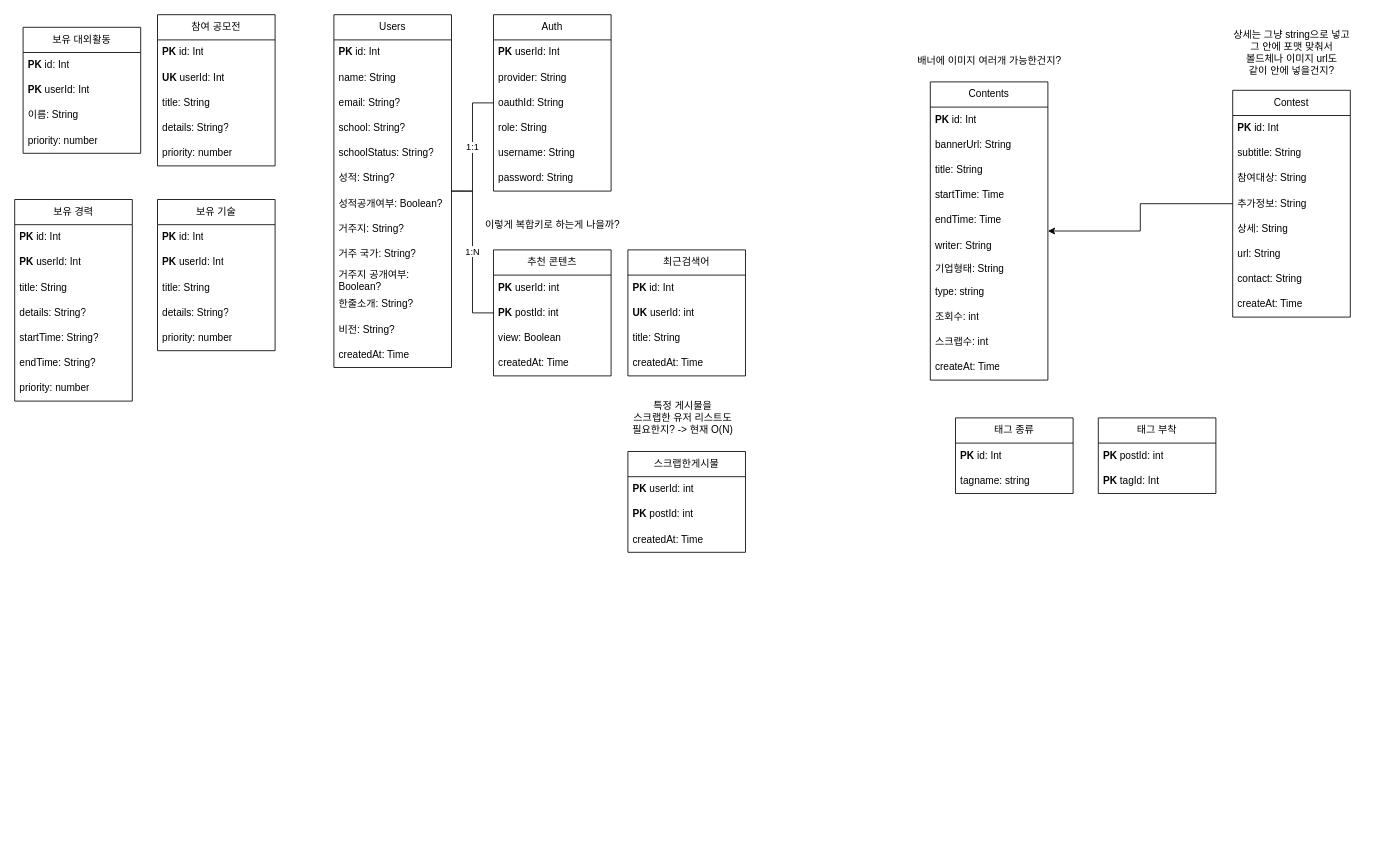
The draw.io diagram 인잡.drawio in oyc0401/spring, before the edit. Source tidied: cells renumbered, new cells numbered last; positions are measured from the earlier drawing's top-left corner, leaving out a move shared by most shapes. Both pictures are drawn from the tidied source at 84%, with x=0, y=0 at pixel (14, 14).
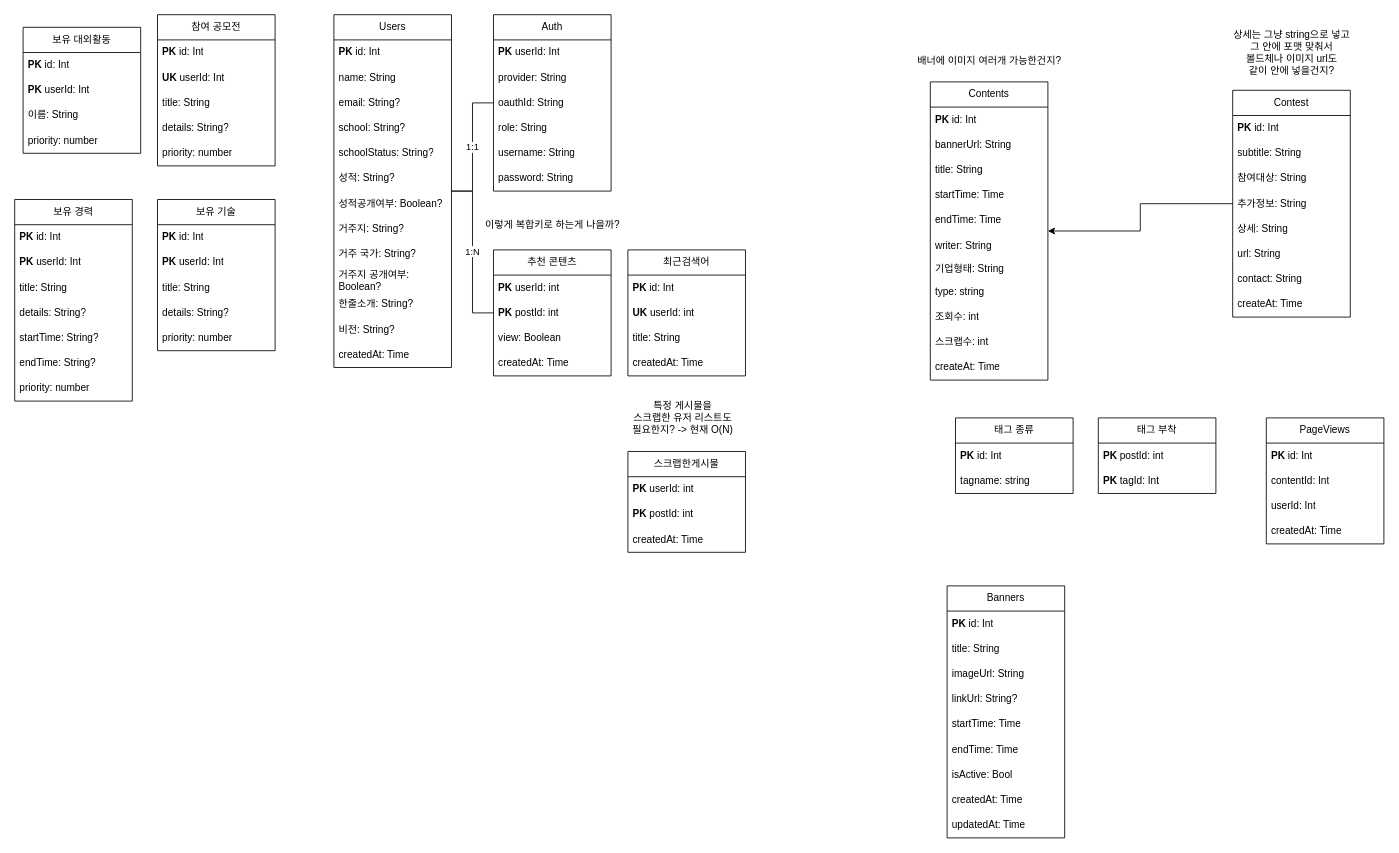
The same diagram, later.

Commit message:
인잡.drawio 업데이트

Change to the diagram source:
```diff
@@
+    <mxCell id="96" value="Banners" style="swimlane;fontStyle=0;horizontal=1;startSize=30;whiteSpace=wrap;html=1;" parent="1" vertex="1">
+      <mxGeometry x="1110" y="680" width="140" height="300" as="geometry" />
+    </mxCell>
+    <mxCell id="97" value="&lt;b&gt;PK&amp;nbsp;&lt;/b&gt;id: Int" style="text;strokeColor=none;fillColor=none;align=left;verticalAlign=middle;spacingLeft=4;spacingRight=4;overflow=hidden;whiteSpace=wrap;html=1;" parent="96" vertex="1">
+      <mxGeometry y="30" width="140" height="30" as="geometry" />
+    </mxCell>
+    <mxCell id="98" value="title: String" style="text;strokeColor=none;fillColor=none;align=left;verticalAlign=middle;spacingLeft=4;spacingRight=4;overflow=hidden;whiteSpace=wrap;html=1;" parent="96" vertex="1">
+      <mxGeometry y="60" width="140" height="30" as="geometry" />
+    </mxCell>
+    <mxCell id="99" value="imageUrl: String" style="text;strokeColor=none;fillColor=none;align=left;verticalAlign=middle;spacingLeft=4;spacingRight=4;overflow=hidden;whiteSpace=wrap;html=1;" parent="96" vertex="1">
+      <mxGeometry y="90" width="140" height="30" as="geometry" />
+    </mxCell>
+    <mxCell id="100" value="linkUrl: String?&amp;nbsp;" style="text;strokeColor=none;fillColor=none;align=left;verticalAlign=middle;spacingLeft=4;spacingRight=4;overflow=hidden;whiteSpace=wrap;html=1;" parent="96" vertex="1">
+      <mxGeometry y="120" width="140" height="30" as="geometry" />
+    </mxCell>
+    <mxCell id="101" value="startTime: Time" style="text;strokeColor=none;fillColor=none;align=left;verticalAlign=middle;spacingLeft=4;spacingRight=4;overflow=hidden;whiteSpace=wrap;html=1;" parent="96" vertex="1">
+      <mxGeometry y="150" width="140" height="30" as="geometry" />
+    </mxCell>
+    <mxCell id="102" value="endTime: Time" style="text;strokeColor=none;fillColor=none;align=left;verticalAlign=middle;spacingLeft=4;spacingRight=4;overflow=hidden;whiteSpace=wrap;html=1;" parent="96" vertex="1">
+      <mxGeometry y="180" width="140" height="30" as="geometry" />
+    </mxCell>
+    <mxCell id="103" value="isActive: Bool" style="text;strokeColor=none;fillColor=none;align=left;verticalAlign=middle;spacingLeft=4;spacingRight=4;overflow=hidden;whiteSpace=wrap;html=1;" parent="96" vertex="1">
+      <mxGeometry y="210" width="140" height="30" as="geometry" />
+    </mxCell>
+    <mxCell id="104" value="createdAt: Time" style="text;strokeColor=none;fillColor=none;align=left;verticalAlign=middle;spacingLeft=4;spacingRight=4;overflow=hidden;whiteSpace=wrap;html=1;" parent="96" vertex="1">
+      <mxGeometry y="240" width="140" height="30" as="geometry" />
+    </mxCell>
+    <mxCell id="105" value="updatedAt: Time" style="text;strokeColor=none;fillColor=none;align=left;verticalAlign=middle;spacingLeft=4;spacingRight=4;overflow=hidden;whiteSpace=wrap;html=1;" parent="96" vertex="1">
+      <mxGeometry y="270" width="140" height="30" as="geometry" />
+    </mxCell>
+    <mxCell id="106" value="PageViews" style="swimlane;fontStyle=0;horizontal=1;startSize=30;whiteSpace=wrap;html=1;" parent="1" vertex="1">
+      <mxGeometry x="1490" y="480" width="140" height="150" as="geometry" />
+    </mxCell>
+    <mxCell id="107" value="&lt;b&gt;PK&amp;nbsp;&lt;/b&gt;id: Int" style="text;strokeColor=none;fillColor=none;align=left;verticalAlign=middle;spacingLeft=4;spacingRight=4;overflow=hidden;whiteSpace=wrap;html=1;" parent="106" vertex="1">
+      <mxGeometry y="30" width="140" height="30" as="geometry" />
+    </mxCell>
+    <mxCell id="108" value="contentId: Int" style="text;strokeColor=none;fillColor=none;align=left;verticalAlign=middle;spacingLeft=4;spacingRight=4;overflow=hidden;whiteSpace=wrap;html=1;" parent="106" vertex="1">
+      <mxGeometry y="60" width="140" height="30" as="geometry" />
+    </mxCell>
+    <mxCell id="109" value="userId: Int" style="text;strokeColor=none;fillColor=none;align=left;verticalAlign=middle;spacingLeft=4;spacingRight=4;overflow=hidden;whiteSpace=wrap;html=1;" parent="106" vertex="1">
+      <mxGeometry y="90" width="140" height="30" as="geometry" />
+    </mxCell>
+    <mxCell id="110" value="createdAt: Time" style="text;strokeColor=none;fillColor=none;align=left;verticalAlign=middle;spacingLeft=4;spacingRight=4;overflow=hidden;whiteSpace=wrap;html=1;" parent="106" vertex="1">
+      <mxGeometry y="120" width="140" height="30" as="geometry" />
+    </mxCell>
```
